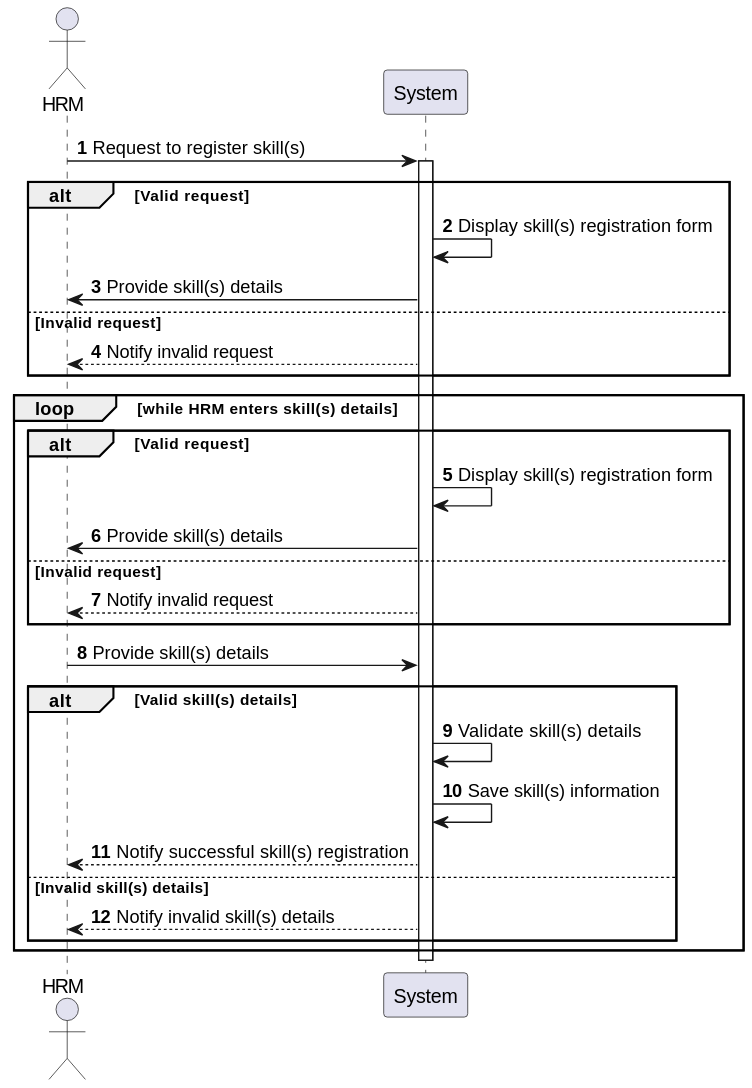
This is docs/sprintB/us001/01.requirements-engineering/svg/us001-system-sequence-diagram-alternative-one.svg from RicardoMorim/lapr2-ISEP-Project, a PlantUML export, as it was before one commit. Its diagram source:
```plantuml
@startuml
actor "HRM" as HRM
participant "System" as System
autonumber
HRM -> System: Request to register skill(s)
activate System

alt Valid request
    System -> System: Display skill(s) registration form
    System -> HRM: Provide skill(s) details
else Invalid request
    System --> HRM: Notify invalid request
end

loop while HRM enters skill(s) details
alt Valid request
    System -> System: Display skill(s) registration form
    System -> HRM: Provide skill(s) details
else Invalid request
    System --> HRM: Notify invalid request
end

HRM -> System: Provide skill(s) details

alt Valid skill(s) details
System -> System: Validate skill(s) details
    System -> System: Save skill(s) information
    System --> HRM: Notify successful skill(s) registration
else Invalid skill(s) details
    System --> HRM: Notify invalid skill(s) details
end
end

deactivate System
@enduml
```
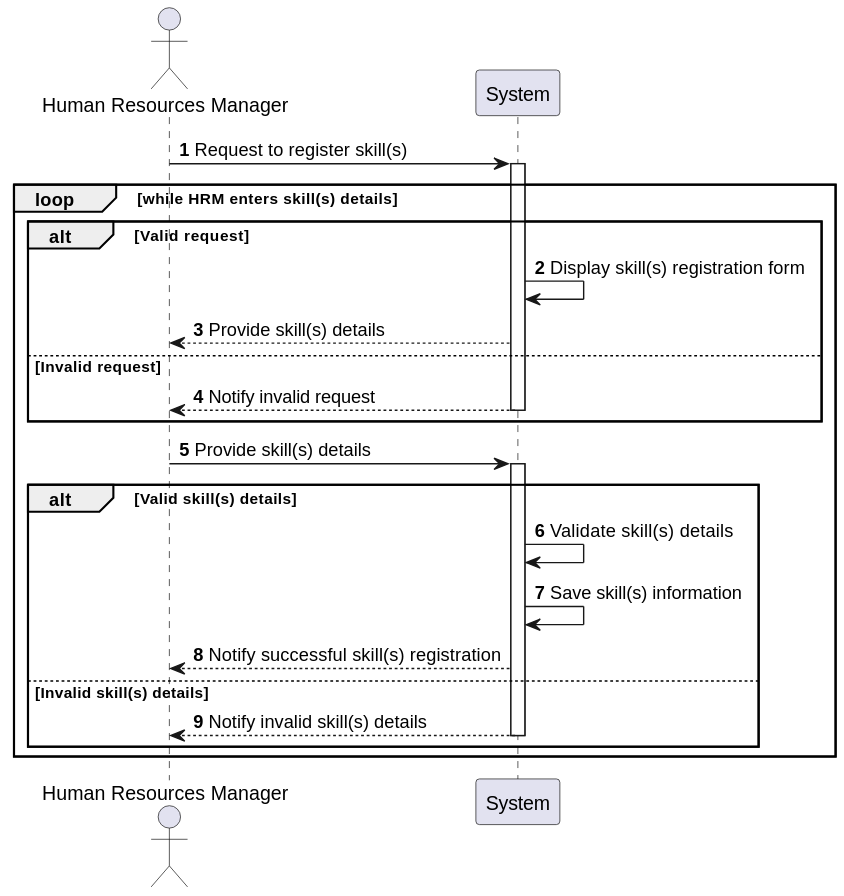
The same diagram one commit later.

What changed in the source:
```diff
@@ -1,33 +1,27 @@
 @startuml
-actor "HRM" as HRM
+actor "Human Resources Manager" as HRM
 participant "System" as System
 autonumber
 HRM -> System: Request to register skill(s)
 activate System
-
-alt Valid request
-    System -> System: Display skill(s) registration form
-    System -> HRM: Provide skill(s) details
-else Invalid request
-    System --> HRM: Notify invalid request
-end
-
 loop while HRM enters skill(s) details
 alt Valid request
     System -> System: Display skill(s) registration form
-    System -> HRM: Provide skill(s) details
+    System --> HRM: Provide skill(s) details
 else Invalid request
     System --> HRM: Notify invalid request
+    deactivate System
 end
 
 HRM -> System: Provide skill(s) details
-
+activate System
 alt Valid skill(s) details
 System -> System: Validate skill(s) details
     System -> System: Save skill(s) information
     System --> HRM: Notify successful skill(s) registration
 else Invalid skill(s) details
     System --> HRM: Notify invalid skill(s) details
+    deactivate System
 end
 end
 
```
